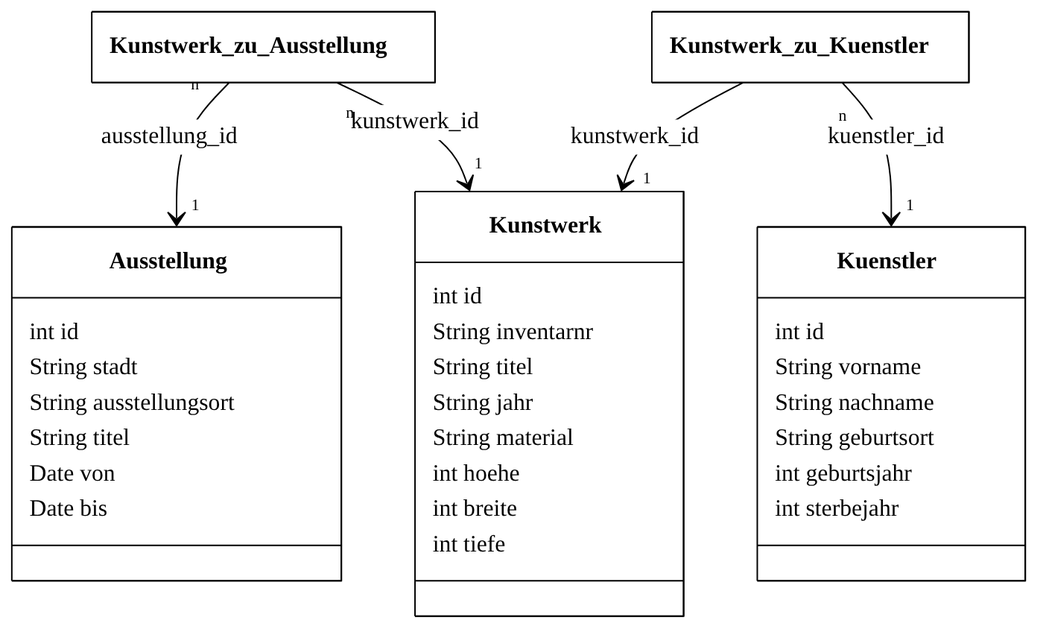
The Mermaid diagram dbiu_databases/kunstsammlung_1n-1n.png in ValentinHerrmann/dbiu_databases, before a commit. Its source is kept beside it as dbiu_databases/kunstsammlung_1n-1n.mmd. Its diagram source:
```mermaid
%%{init: {"theme": "base", "themeVariables": {"primaryColor": "#ffffff", "mainBkg": "#ffffff", "primaryBorderColor": "#000000", "nodeBorder": "#000000", "lineColor": "#000000", "primaryTextColor": "#000000", "textColor": "#000000", "edgeLabelBackground": "#ffffff", "fontFamily": "Arial, sans-serif"}, "class": {"hideEmptyMembersBox": true, "useMaxWidth": false}}}%%
classDiagram
  direction TB
  class Ausstellung {
    int id
    String stadt
    String ausstellungsort
    String titel
    Date von
    Date bis
  }
  class Kuenstler {
    int id
    String vorname
    String nachname
    String geburtsort
    int geburtsjahr
    int sterbejahr
  }
  class Kunstwerk {
    int id
    String inventarnr
    String titel
    String jahr
    String material
    int hoehe
    int breite
    int tiefe
  }
  class Kunstwerk_zu_Ausstellung
  class Kunstwerk_zu_Kuenstler
  Kunstwerk_zu_Ausstellung "n" --> "1" Ausstellung : ausstellung_id
  Kunstwerk_zu_Ausstellung "n" --> "1" Kunstwerk : kunstwerk_id
  Kunstwerk_zu_Kuenstler "n" --> "1" Kuenstler : kuenstler_id
  Kunstwerk_zu_Kuenstler "n" --> "1" Kunstwerk : kunstwerk_id
```
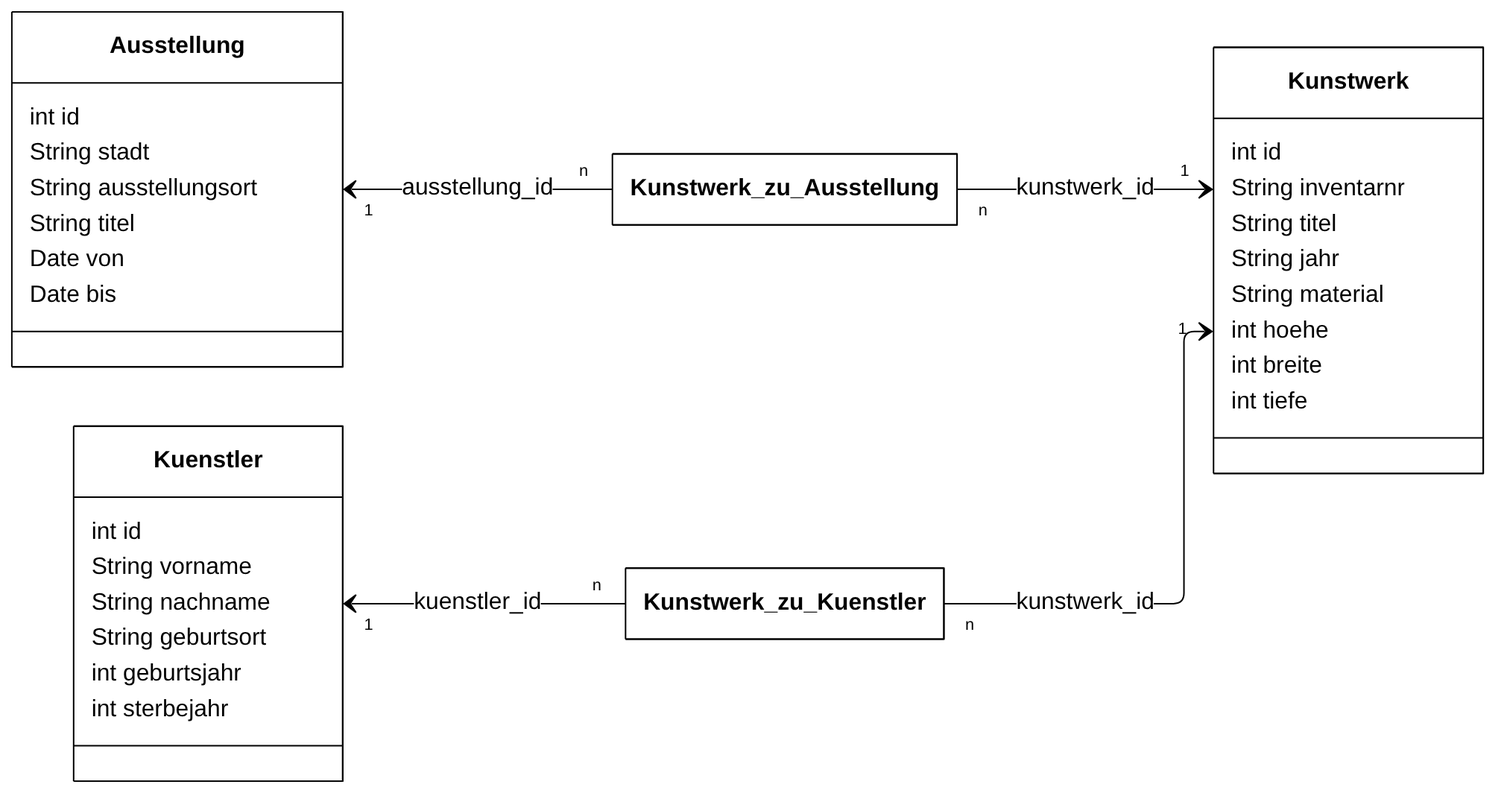
After the commit.

What changed in the source:
```diff
@@ -1,6 +1,6 @@
-%%{init: {"theme": "base", "themeVariables": {"primaryColor": "#ffffff", "mainBkg": "#ffffff", "primaryBorderColor": "#000000", "nodeBorder": "#000000", "lineColor": "#000000", "primaryTextColor": "#000000", "textColor": "#000000", "edgeLabelBackground": "#ffffff", "fontFamily": "Arial, sans-serif"}, "class": {"hideEmptyMembersBox": true, "useMaxWidth": false}}}%%
+%%{init: {"fontFamily": "Liberation Sans, Arial, Helvetica, sans-serif", "theme": "base", "themeVariables": {"primaryColor": "#ffffff", "mainBkg": "#ffffff", "primaryBorderColor": "#000000", "nodeBorder": "#000000", "lineColor": "#000000", "primaryTextColor": "#000000", "textColor": "#000000", "edgeLabelBackground": "#ffffff", "fontFamily": "Liberation Sans, Arial, Helvetica, sans-serif"}, "class": {"hideEmptyMembersBox": true, "useMaxWidth": false}}}%%
 classDiagram
-  direction TB
+  direction LR
   class Ausstellung {
     int id
     String stadt
@@ -29,7 +29,7 @@
   }
   class Kunstwerk_zu_Ausstellung
   class Kunstwerk_zu_Kuenstler
-  Kunstwerk_zu_Ausstellung "n" --> "1" Ausstellung : ausstellung_id
+  Ausstellung "1" <-- "n" Kunstwerk_zu_Ausstellung : ausstellung_id
   Kunstwerk_zu_Ausstellung "n" --> "1" Kunstwerk : kunstwerk_id
-  Kunstwerk_zu_Kuenstler "n" --> "1" Kuenstler : kuenstler_id
+  Kuenstler "1" <-- "n" Kunstwerk_zu_Kuenstler : kuenstler_id
   Kunstwerk_zu_Kuenstler "n" --> "1" Kunstwerk : kunstwerk_id
```
